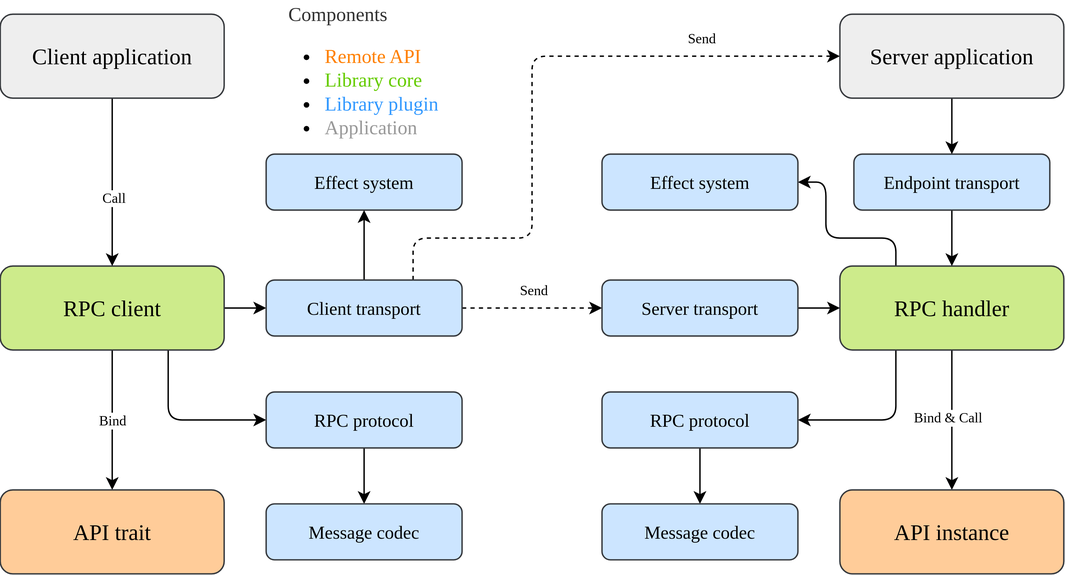
The draw.io diagram docs/images/architecture.svg in martin-ockajak/automorph, before a commit. Source tidied: cells renumbered, new cells last; positions are measured from the earlier drawing's top-left corner, leaving out a move shared by most shapes. Its diagram source:
```xml
<mxGraphModel>
  <root>
    <mxCell id="0" />
    <mxCell id="1" parent="0" />
    <mxCell id="2" style="edgeStyle=orthogonalEdgeStyle;rounded=1;jettySize=auto;html=1;exitX=0.75;exitY=1;exitDx=0;exitDy=0;entryX=0;entryY=0.5;entryDx=0;entryDy=0;fontFamily=Verdana;fontSize=16;" parent="1" edge="1" source="7" target="14">
      <mxGeometry relative="1" as="geometry">
        <Array as="points">
          <mxPoint x="120" y="300" />
        </Array>
      </mxGeometry>
    </mxCell>
    <mxCell id="3" style="edgeStyle=orthogonalEdgeStyle;rounded=1;jettySize=auto;html=1;exitX=1;exitY=0.5;exitDx=0;exitDy=0;entryX=0;entryY=0.5;entryDx=0;entryDy=0;fontFamily=Verdana;fontSize=16;strokeColor=none;" parent="1" edge="1" source="7">
      <mxGeometry relative="1" as="geometry">
        <mxPoint x="190" y="220" as="targetPoint" />
      </mxGeometry>
    </mxCell>
    <mxCell id="4" style="edgeStyle=none;rounded=1;jettySize=auto;html=1;exitX=0.5;exitY=1;exitDx=0;exitDy=0;fontFamily=Verdana;fontSize=16;strokeColor=none;" parent="1" edge="1" source="7" target="22">
      <mxGeometry relative="1" as="geometry" />
    </mxCell>
    <mxCell id="5" style="edgeStyle=orthogonalEdgeStyle;rounded=1;jettySize=auto;html=1;exitX=1;exitY=0.5;exitDx=0;exitDy=0;fontFamily=Verdana;fontSize=16;strokeColor=#000000;entryX=0;entryY=0.5;entryDx=0;entryDy=0;" parent="1" edge="1" source="7" target="39">
      <mxGeometry relative="1" as="geometry" />
    </mxCell>
    <mxCell id="6" style="edgeStyle=orthogonalEdgeStyle;rounded=1;jettySize=auto;html=1;exitX=0.5;exitY=1;exitDx=0;exitDy=0;entryX=0.5;entryY=0;entryDx=0;entryDy=0;fontFamily=Verdana;fontSize=16;strokeColor=#000000;" parent="1" edge="1" source="7" target="22">
      <mxGeometry relative="1" as="geometry" />
    </mxCell>
    <mxCell id="7" value="&lt;font style=&quot;font-size: 16px&quot;&gt;RPC client&lt;/font&gt;" style="rounded=1;whiteSpace=wrap;html=1;fillColor=#cdeb8b;strokeColor=#36393d;fontFamily=Verdana;fontSize=16;" parent="1" vertex="1">
      <mxGeometry y="190" width="160" height="60" as="geometry" />
    </mxCell>
    <mxCell id="8" style="edgeStyle=orthogonalEdgeStyle;rounded=1;jettySize=auto;html=1;exitX=0.5;exitY=1;exitDx=0;exitDy=0;fontFamily=Verdana;fontSize=16;" parent="1" edge="1" source="11" target="23">
      <mxGeometry relative="1" as="geometry" />
    </mxCell>
    <mxCell id="9" style="edgeStyle=orthogonalEdgeStyle;rounded=1;jettySize=auto;html=1;exitX=0.25;exitY=1;exitDx=0;exitDy=0;entryX=1;entryY=0.5;entryDx=0;entryDy=0;fontFamily=Verdana;fontSize=16;strokeColor=#000000;" parent="1" edge="1" source="11" target="30">
      <mxGeometry relative="1" as="geometry">
        <Array as="points">
          <mxPoint x="640" y="300" />
        </Array>
      </mxGeometry>
    </mxCell>
    <mxCell id="10" style="edgeStyle=orthogonalEdgeStyle;rounded=1;jettySize=auto;html=1;exitX=0.25;exitY=0;exitDx=0;exitDy=0;entryX=1;entryY=0.5;entryDx=0;entryDy=0;fontFamily=Verdana;fontSize=16;strokeColor=#000000;" parent="1" edge="1" source="11" target="28">
      <mxGeometry relative="1" as="geometry">
        <Array as="points">
          <mxPoint x="640" y="170" />
          <mxPoint x="590" y="170" />
          <mxPoint x="590" y="130" />
        </Array>
      </mxGeometry>
    </mxCell>
    <mxCell id="11" value="&lt;font style=&quot;font-size: 16px&quot;&gt;RPC handler&lt;/font&gt;" style="rounded=1;whiteSpace=wrap;html=1;fillColor=#cdeb8b;strokeColor=#36393d;fontFamily=Verdana;fontSize=16;" parent="1" vertex="1">
      <mxGeometry x="600" y="190" width="160" height="60" as="geometry" />
    </mxCell>
    <mxCell id="12" value="&lt;font style=&quot;font-size: 13px;&quot;&gt;Effect system&lt;/font&gt;" style="rounded=1;whiteSpace=wrap;html=1;fillColor=#cce5ff;strokeColor=#36393d;fontFamily=Verdana;fontSize=13;verticalAlign=middle;" parent="1" vertex="1">
      <mxGeometry x="190" y="110" width="140" height="40" as="geometry" />
    </mxCell>
    <mxCell id="13" style="edgeStyle=orthogonalEdgeStyle;rounded=0;jettySize=auto;html=1;exitX=0.5;exitY=1;exitDx=0;exitDy=0;entryX=0.5;entryY=0;entryDx=0;entryDy=0;" parent="1" edge="1" source="14" target="37">
      <mxGeometry relative="1" as="geometry" />
    </mxCell>
    <mxCell id="14" value="&lt;font style=&quot;font-size: 13px;&quot;&gt;RPC protocol&lt;/font&gt;" style="rounded=1;whiteSpace=wrap;html=1;fillColor=#cce5ff;strokeColor=#36393d;fontFamily=Verdana;fontSize=13;" parent="1" vertex="1">
      <mxGeometry x="190" y="280" width="140" height="40" as="geometry" />
    </mxCell>
    <mxCell id="15" style="edgeStyle=orthogonalEdgeStyle;rounded=1;jettySize=auto;html=1;entryX=0;entryY=0.5;entryDx=0;entryDy=0;fontFamily=Verdana;fontSize=16;dashed=1;exitX=1;exitY=0.5;exitDx=0;exitDy=0;" parent="1" edge="1" source="39" target="19">
      <mxGeometry relative="1" as="geometry" />
    </mxCell>
    <mxCell id="16" style="edgeStyle=orthogonalEdgeStyle;rounded=1;jettySize=auto;html=1;fontFamily=Verdana;fontSize=16;dashed=1;entryX=0;entryY=0.5;entryDx=0;entryDy=0;exitX=0.75;exitY=0;exitDx=0;exitDy=0;" parent="1" edge="1" source="39" target="25">
      <mxGeometry relative="1" as="geometry">
        <Array as="points">
          <mxPoint x="295" y="170" />
          <mxPoint x="380" y="170" />
          <mxPoint x="380" y="40" />
        </Array>
      </mxGeometry>
    </mxCell>
    <mxCell id="17" style="edgeStyle=orthogonalEdgeStyle;rounded=1;jettySize=auto;html=1;entryX=0.5;entryY=1;entryDx=0;entryDy=0;fontFamily=Verdana;fontSize=16;strokeColor=#000000;exitX=0.5;exitY=0;exitDx=0;exitDy=0;" parent="1" edge="1" source="39" target="12">
      <mxGeometry relative="1" as="geometry" />
    </mxCell>
    <mxCell id="18" style="edgeStyle=orthogonalEdgeStyle;rounded=1;jettySize=auto;html=1;exitX=1;exitY=0.5;exitDx=0;exitDy=0;fontFamily=Verdana;fontSize=16;" parent="1" edge="1" source="19" target="11">
      <mxGeometry relative="1" as="geometry" />
    </mxCell>
    <mxCell id="19" value="&lt;font style=&quot;font-size: 13px&quot;&gt;Server transport&lt;/font&gt;" style="rounded=1;whiteSpace=wrap;html=1;fillColor=#cce5ff;strokeColor=#36393d;fontFamily=Verdana;fontSize=13;" parent="1" vertex="1">
      <mxGeometry x="430" y="200" width="140" height="40" as="geometry" />
    </mxCell>
    <mxCell id="20" style="edgeStyle=orthogonalEdgeStyle;rounded=1;jettySize=auto;html=1;exitX=0.5;exitY=1;exitDx=0;exitDy=0;entryX=0.5;entryY=0;entryDx=0;entryDy=0;fontFamily=Verdana;fontSize=16;strokeColor=#000000;" parent="1" edge="1" source="21" target="11">
      <mxGeometry relative="1" as="geometry" />
    </mxCell>
    <mxCell id="21" value="&lt;font style=&quot;font-size: 13px&quot;&gt;Endpoint transport&lt;/font&gt;" style="rounded=1;whiteSpace=wrap;html=1;fillColor=#cce5ff;strokeColor=#36393d;fontFamily=Verdana;fontSize=13;" parent="1" vertex="1">
      <mxGeometry x="610" y="110" width="140" height="40" as="geometry" />
    </mxCell>
    <mxCell id="22" value="&lt;font style=&quot;font-size: 16px&quot;&gt;API trait&lt;/font&gt;" style="rounded=1;whiteSpace=wrap;html=1;fillColor=#ffcc99;strokeColor=#36393d;fontFamily=Verdana;fontSize=16;" parent="1" vertex="1">
      <mxGeometry y="350" width="160" height="60" as="geometry" />
    </mxCell>
    <mxCell id="23" value="&lt;font style=&quot;font-size: 16px&quot;&gt;API instance&lt;/font&gt;" style="rounded=1;whiteSpace=wrap;html=1;fillColor=#ffcc99;strokeColor=#36393d;fontFamily=Verdana;fontSize=16;" parent="1" vertex="1">
      <mxGeometry x="600" y="350" width="160" height="60" as="geometry" />
    </mxCell>
    <mxCell id="24" style="edgeStyle=orthogonalEdgeStyle;rounded=1;jettySize=auto;html=1;fontFamily=Verdana;fontSize=16;strokeColor=#000000;" parent="1" edge="1" source="25" target="21">
      <mxGeometry relative="1" as="geometry" />
    </mxCell>
    <mxCell id="25" value="&lt;font style=&quot;font-size: 16px&quot;&gt;Server application&lt;/font&gt;" style="rounded=1;whiteSpace=wrap;html=1;fillColor=#eeeeee;strokeColor=#36393d;fontFamily=Verdana;fontSize=16;" parent="1" vertex="1">
      <mxGeometry x="600" y="10" width="160" height="60" as="geometry" />
    </mxCell>
    <mxCell id="26" style="edgeStyle=orthogonalEdgeStyle;rounded=1;jettySize=auto;html=1;exitX=0.5;exitY=1;exitDx=0;exitDy=0;fontFamily=Verdana;fontSize=16;" parent="1" edge="1" source="27" target="7">
      <mxGeometry relative="1" as="geometry" />
    </mxCell>
    <mxCell id="27" value="&lt;font style=&quot;font-size: 16px&quot;&gt;Client application&lt;/font&gt;" style="rounded=1;whiteSpace=wrap;html=1;fillColor=#eeeeee;strokeColor=#36393d;fontFamily=Verdana;fontSize=16;" parent="1" vertex="1">
      <mxGeometry y="10" width="160" height="60" as="geometry" />
    </mxCell>
    <mxCell id="28" value="&lt;font style=&quot;font-size: 13px;&quot;&gt;Effect system&lt;/font&gt;" style="rounded=1;whiteSpace=wrap;html=1;fillColor=#cce5ff;strokeColor=#36393d;fontFamily=Verdana;fontSize=13;verticalAlign=middle;" parent="1" vertex="1">
      <mxGeometry x="430" y="110" width="140" height="40" as="geometry" />
    </mxCell>
    <mxCell id="29" style="edgeStyle=orthogonalEdgeStyle;rounded=0;jettySize=auto;html=1;exitX=0.5;exitY=1;exitDx=0;exitDy=0;entryX=0.5;entryY=0;entryDx=0;entryDy=0;" parent="1" edge="1" source="30" target="38">
      <mxGeometry relative="1" as="geometry" />
    </mxCell>
    <mxCell id="30" value="&lt;font style=&quot;font-size: 13px;&quot;&gt;RPC protocol&lt;/font&gt;" style="rounded=1;whiteSpace=wrap;html=1;fillColor=#cce5ff;strokeColor=#36393d;fontFamily=Verdana;fontSize=13;" parent="1" vertex="1">
      <mxGeometry x="430" y="280" width="140" height="40" as="geometry" />
    </mxCell>
    <mxCell id="31" value="Bind&lt;br&gt;" style="edgeLabel;html=1;align=center;verticalAlign=middle;fontSize=10;fontFamily=Verdana;" parent="1" vertex="1">
      <mxGeometry x="80" y="300" as="geometry">
        <mxPoint x="-1" y="-1" as="offset" />
      </mxGeometry>
    </mxCell>
    <mxCell id="32" value="Bind &amp;amp; Call" style="edgeLabel;html=1;align=center;verticalAlign=middle;fontSize=10;fontFamily=Verdana;" parent="1" vertex="1">
      <mxGeometry x="690" y="290" as="geometry">
        <mxPoint x="-14" y="7" as="offset" />
      </mxGeometry>
    </mxCell>
    <mxCell id="33" value="Call" style="edgeLabel;html=1;align=center;verticalAlign=middle;fontSize=10;fontFamily=Verdana;" parent="1" vertex="1">
      <mxGeometry x="80" y="140" as="geometry" />
    </mxCell>
    <mxCell id="34" value="Send" style="edgeLabel;html=1;align=center;verticalAlign=middle;fontSize=10;fontFamily=Verdana;" parent="1" vertex="1">
      <mxGeometry x="510" y="20" as="geometry">
        <mxPoint x="-10" y="6" as="offset" />
      </mxGeometry>
    </mxCell>
    <mxCell id="35" value="Send" style="edgeLabel;html=1;align=center;verticalAlign=middle;fontSize=10;fontFamily=Verdana;" parent="1" vertex="1">
      <mxGeometry x="390" y="200" as="geometry">
        <mxPoint x="-10" y="6" as="offset" />
      </mxGeometry>
    </mxCell>
    <mxCell id="36" value="&lt;div style=&quot;font-size: 14px&quot;&gt;&lt;font color=&quot;#333333&quot;&gt;&amp;nbsp; &amp;nbsp; Components&lt;/font&gt;&lt;/div&gt;&lt;ul style=&quot;font-size: 14px&quot;&gt;&lt;li&gt;&lt;font color=&quot;#ff8000&quot;&gt;Remote API&lt;/font&gt;&lt;/li&gt;&lt;li&gt;&lt;font color=&quot;#66cc00&quot;&gt;Library core&lt;/font&gt;&lt;/li&gt;&lt;li&gt;&lt;font style=&quot;font-size: 14px&quot; color=&quot;#3399ff&quot;&gt;Library plugin&lt;/font&gt;&lt;/li&gt;&lt;li&gt;&lt;font style=&quot;font-size: 14px&quot; color=&quot;#999999&quot;&gt;Application&lt;/font&gt;&lt;/li&gt;&lt;/ul&gt;" style="text;strokeColor=none;fillColor=none;html=1;whiteSpace=wrap;verticalAlign=middle;overflow=hidden;fontFamily=Verdana;fontSize=12;align=left;" parent="1" vertex="1">
      <mxGeometry x="190" width="185" height="100" as="geometry" />
    </mxCell>
    <mxCell id="37" value="&lt;font style=&quot;font-size: 13px;&quot;&gt;Message codec&lt;/font&gt;" style="rounded=1;whiteSpace=wrap;html=1;fillColor=#cce5ff;strokeColor=#36393d;fontFamily=Verdana;fontSize=13;" parent="1" vertex="1">
      <mxGeometry x="190" y="360" width="140" height="40" as="geometry" />
    </mxCell>
    <mxCell id="38" value="&lt;font style=&quot;font-size: 13px;&quot;&gt;Message codec&lt;/font&gt;" style="rounded=1;whiteSpace=wrap;html=1;fillColor=#cce5ff;strokeColor=#36393d;fontFamily=Verdana;fontSize=13;" parent="1" vertex="1">
      <mxGeometry x="430" y="360" width="140" height="40" as="geometry" />
    </mxCell>
    <mxCell id="39" value="&lt;font style=&quot;font-size: 13px&quot;&gt;Client transport&lt;/font&gt;" style="rounded=1;whiteSpace=wrap;html=1;fillColor=#cce5ff;strokeColor=#36393d;fontFamily=Verdana;fontSize=13;" parent="1" vertex="1">
      <mxGeometry x="190" y="200" width="140" height="40" as="geometry" />
    </mxCell>
  </root>
</mxGraphModel>
```
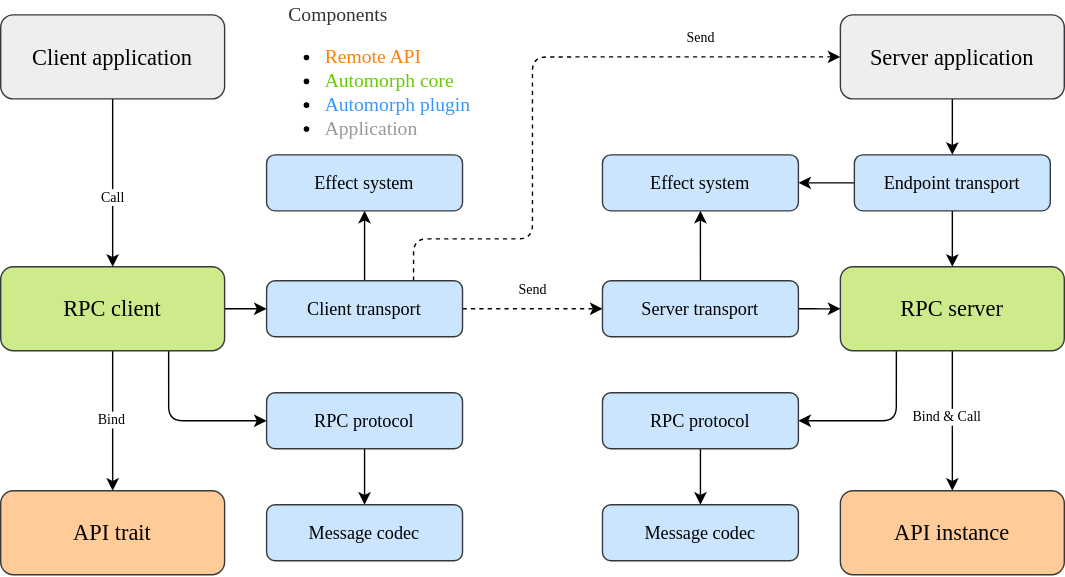
The same file after the commit.

Change to the diagram source:
```diff
@@ -36,16 +36,15 @@
         </Array>
       </mxGeometry>
     </mxCell>
-    <mxCell id="10" style="edgeStyle=orthogonalEdgeStyle;rounded=1;jettySize=auto;html=1;exitX=0.25;exitY=0;exitDx=0;exitDy=0;entryX=1;entryY=0.5;entryDx=0;entryDy=0;fontFamily=Verdana;fontSize=16;strokeColor=#000000;" parent="1" edge="1" source="11" target="28">
+    <mxCell id="10" style="edgeStyle=orthogonalEdgeStyle;rounded=1;jettySize=auto;html=1;exitX=0.5;exitY=0;exitDx=0;exitDy=0;entryX=0.5;entryY=1;entryDx=0;entryDy=0;fontFamily=Verdana;fontSize=16;strokeColor=#000000;" parent="1" edge="1" source="19" target="28">
       <mxGeometry relative="1" as="geometry">
         <Array as="points">
-          <mxPoint x="640" y="170" />
-          <mxPoint x="590" y="170" />
-          <mxPoint x="590" y="130" />
+          <mxPoint x="500" y="170" />
+          <mxPoint x="500" y="170" />
         </Array>
       </mxGeometry>
     </mxCell>
-    <mxCell id="11" value="&lt;font style=&quot;font-size: 16px&quot;&gt;RPC handler&lt;/font&gt;" style="rounded=1;whiteSpace=wrap;html=1;fillColor=#cdeb8b;strokeColor=#36393d;fontFamily=Verdana;fontSize=16;" parent="1" vertex="1">
+    <mxCell id="11" value="&lt;font style=&quot;font-size: 16px&quot;&gt;RPC server&lt;/font&gt;" style="rounded=1;whiteSpace=wrap;html=1;fillColor=#cdeb8b;strokeColor=#36393d;fontFamily=Verdana;fontSize=16;" parent="1" vertex="1">
       <mxGeometry x="600" y="190" width="160" height="60" as="geometry" />
     </mxCell>
     <mxCell id="12" value="&lt;font style=&quot;font-size: 13px;&quot;&gt;Effect system&lt;/font&gt;" style="rounded=1;whiteSpace=wrap;html=1;fillColor=#cce5ff;strokeColor=#36393d;fontFamily=Verdana;fontSize=13;verticalAlign=middle;" parent="1" vertex="1">
@@ -81,6 +80,9 @@
     <mxCell id="20" style="edgeStyle=orthogonalEdgeStyle;rounded=1;jettySize=auto;html=1;exitX=0.5;exitY=1;exitDx=0;exitDy=0;entryX=0.5;entryY=0;entryDx=0;entryDy=0;fontFamily=Verdana;fontSize=16;strokeColor=#000000;" parent="1" edge="1" source="21" target="11">
       <mxGeometry relative="1" as="geometry" />
     </mxCell>
+    <mxCell id="40" style="edgeStyle=orthogonalEdgeStyle;rounded=0;jettySize=auto;html=1;exitX=0;exitY=0.5;exitDx=0;exitDy=0;entryX=1;entryY=0.5;entryDx=0;entryDy=0;" parent="1" edge="1" source="21" target="28">
+      <mxGeometry relative="1" as="geometry" />
+    </mxCell>
     <mxCell id="21" value="&lt;font style=&quot;font-size: 13px&quot;&gt;Endpoint transport&lt;/font&gt;" style="rounded=1;whiteSpace=wrap;html=1;fillColor=#cce5ff;strokeColor=#36393d;fontFamily=Verdana;fontSize=13;" parent="1" vertex="1">
       <mxGeometry x="610" y="110" width="140" height="40" as="geometry" />
     </mxCell>
@@ -134,7 +136,7 @@
         <mxPoint x="-10" y="6" as="offset" />
       </mxGeometry>
     </mxCell>
-    <mxCell id="36" value="&lt;div style=&quot;font-size: 14px&quot;&gt;&lt;font color=&quot;#333333&quot;&gt;&amp;nbsp; &amp;nbsp; Components&lt;/font&gt;&lt;/div&gt;&lt;ul style=&quot;font-size: 14px&quot;&gt;&lt;li&gt;&lt;font color=&quot;#ff8000&quot;&gt;Remote API&lt;/font&gt;&lt;/li&gt;&lt;li&gt;&lt;font color=&quot;#66cc00&quot;&gt;Library core&lt;/font&gt;&lt;/li&gt;&lt;li&gt;&lt;font style=&quot;font-size: 14px&quot; color=&quot;#3399ff&quot;&gt;Library plugin&lt;/font&gt;&lt;/li&gt;&lt;li&gt;&lt;font style=&quot;font-size: 14px&quot; color=&quot;#999999&quot;&gt;Application&lt;/font&gt;&lt;/li&gt;&lt;/ul&gt;" style="text;strokeColor=none;fillColor=none;html=1;whiteSpace=wrap;verticalAlign=middle;overflow=hidden;fontFamily=Verdana;fontSize=12;align=left;" parent="1" vertex="1">
+    <mxCell id="36" value="&lt;div style=&quot;font-size: 14px&quot;&gt;&lt;font color=&quot;#333333&quot;&gt;&amp;nbsp; &amp;nbsp; Components&lt;/font&gt;&lt;/div&gt;&lt;ul style=&quot;font-size: 14px&quot;&gt;&lt;li&gt;&lt;font color=&quot;#ff8000&quot;&gt;Remote API&lt;/font&gt;&lt;/li&gt;&lt;li&gt;&lt;font color=&quot;#66cc00&quot;&gt;Automorph core&lt;/font&gt;&lt;/li&gt;&lt;li&gt;&lt;font style=&quot;font-size: 14px&quot; color=&quot;#3399ff&quot;&gt;Automorph plugin&lt;/font&gt;&lt;/li&gt;&lt;li&gt;&lt;font style=&quot;font-size: 14px&quot; color=&quot;#999999&quot;&gt;Application&lt;/font&gt;&lt;/li&gt;&lt;/ul&gt;" style="text;strokeColor=none;fillColor=none;html=1;whiteSpace=wrap;verticalAlign=middle;overflow=hidden;fontFamily=Verdana;fontSize=12;align=left;" parent="1" vertex="1">
       <mxGeometry x="190" width="185" height="100" as="geometry" />
     </mxCell>
     <mxCell id="37" value="&lt;font style=&quot;font-size: 13px;&quot;&gt;Message codec&lt;/font&gt;" style="rounded=1;whiteSpace=wrap;html=1;fillColor=#cce5ff;strokeColor=#36393d;fontFamily=Verdana;fontSize=13;" parent="1" vertex="1">
```
